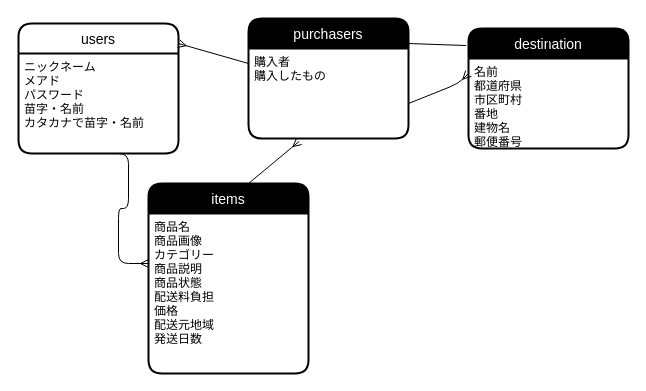
Earlier version of the draw.io diagram .dio (kazyu0/furima-42023). Source tidied: cells renumbered, new cells numbered last; positions are measured from the earlier drawing's top-left corner, leaving out a move shared by most shapes. Both pictures are drawn from the tidied source at 100%, with x=0, y=0 at pixel (18, 18).
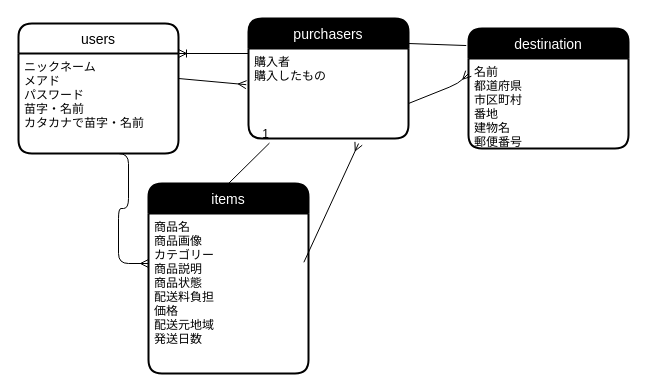
After the change.

Unchanged cells that the change refers to:
```xml
<mxCell id="3" value="ニックネーム&#10;メアド&#10;パスワード&#10;苗字・名前&#10;カタカナで苗字・名前" style="align=left;strokeColor=none;fillColor=none;spacingLeft=4;fontSize=12;verticalAlign=top;fontColor=#000000;" parent="2" vertex="1">
  <mxGeometry y="30" width="160" height="100" as="geometry" />
</mxCell>
<mxCell id="5" value="購入者&#10;購入したもの&#10;" style="align=left;strokeColor=none;fillColor=none;spacingLeft=4;fontSize=12;verticalAlign=top;fontColor=#000000;" parent="4" vertex="1">
  <mxGeometry y="30" width="160" height="90" as="geometry" />
</mxCell>
<mxCell id="6" value="items" style="swimlane;horizontal=1;startSize=30;rounded=1;fontSize=14;fontStyle=0;strokeWidth=2;shadow=0;dashed=0;align=center;fontColor=#FFFFFF;fillColor=#000000;" parent="1" vertex="1">
  <mxGeometry x="130" y="165" width="160" height="190" as="geometry" />
</mxCell>
<mxCell id="7" value="商品名&#10;商品画像&#10;カテゴリー&#10;商品説明&#10;商品状態&#10;配送料負担&#10;価格&#10;配送元地域&#10;発送日数" style="align=left;strokeColor=none;fillColor=none;spacingLeft=4;fontSize=12;verticalAlign=top;fontColor=#000000;" parent="6" vertex="1">
  <mxGeometry y="30" width="160" height="160" as="geometry" />
</mxCell>
```

What changed in the source:
```diff
@@
-    <mxCell id="12" style="fontSize=12;html=1;endArrow=ERmany;strokeColor=#000000;fontColor=#FFFFFF;" parent="1" edge="1">
-      <mxGeometry relative="1" as="geometry">
-        <mxPoint x="230" y="45" as="sourcePoint" />
-        <mxPoint x="160" y="25" as="targetPoint" />
-      </mxGeometry>
+    <mxCell id="12" style="fontSize=12;html=1;endArrow=ERmany;strokeColor=#000000;fontColor=#FFFFFF;entryX=-0.014;entryY=0.402;entryDx=0;entryDy=0;entryPerimeter=0;exitX=1;exitY=0.25;exitDx=0;exitDy=0;" parent="1" edge="1" source="3" target="5">
+      <mxGeometry relative="1" as="geometry" />
     </mxCell>
@@
-    <mxCell id="14" style="fontSize=12;html=1;endArrow=ERmany;strokeColor=#000000;fontColor=#FFFFFF;entryX=0.316;entryY=1.033;entryDx=0;entryDy=0;entryPerimeter=0;" parent="1" edge="1" target="5">
-      <mxGeometry relative="1" as="geometry">
-        <mxPoint x="230" y="165" as="sourcePoint" />
-      </mxGeometry>
-    </mxCell>
@@
+    <mxCell id="16" style="endArrow=none;html=1;rounded=0;entryX=0.131;entryY=1.051;entryDx=0;entryDy=0;entryPerimeter=0;exitX=0.5;exitY=0;exitDx=0;exitDy=0;strokeColor=#000000;" parent="1" edge="1" source="6" target="5">
+      <mxGeometry relative="1" as="geometry" />
+    </mxCell>
+    <mxCell id="17" value="1" style="html=1;align=right;verticalAlign=bottom;" parent="16" vertex="1">
+      <mxGeometry x="1" relative="1" as="geometry" />
+    </mxCell>
+    <mxCell id="18" style="fontSize=12;html=1;endArrow=ERoneToMany;strokeColor=#000000;entryX=1;entryY=0;entryDx=0;entryDy=0;" parent="1" edge="1" target="3">
+      <mxGeometry relative="1" as="geometry">
+        <mxPoint x="230" y="35" as="sourcePoint" />
+      </mxGeometry>
+    </mxCell>
+    <mxCell id="19" style="fontSize=12;html=1;endArrow=ERmany;strokeColor=#000000;entryX=0.688;entryY=1.056;entryDx=0;entryDy=0;entryPerimeter=0;exitX=0.971;exitY=0.305;exitDx=0;exitDy=0;exitPerimeter=0;" parent="1" edge="1" source="7" target="5">
+      <mxGeometry relative="1" as="geometry" />
+    </mxCell>
```
